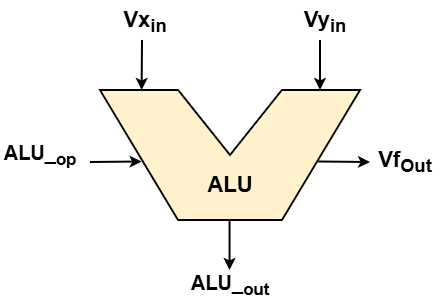
This is docs/chip8_alu.drawio.png from gbeca104/CHIP8_FPGA_ZyboZ7, a draw.io export, as it was before one commit. Source tidied: cells renumbered, new cells last; positions are measured from the earlier drawing's top-left corner, leaving out a move shared by most shapes. Its diagram source:
```xml
<mxGraphModel>
  <root>
    <mxCell id="0" />
    <mxCell id="1" parent="0" />
    <mxCell id="2" style="shape=mxgraph.basic.polygon;polyCoords=[[0,0],[0.3,1],[0.5,1],[0.7,1],[1,0],[0.7,0],[0.5,0.5],[0.3,0]];polyCurves=[[],[],[],[],[],[],[]];polyline=0;whiteSpace=wrap;html=1;points=[[0.16,0,0,0,0],[0.16,0.55,0,0,0],[0.5,1,0,0,0],[0.84,0,0,0,0],[0.84,0.55,0,0,0]];fillColor=#fff2cc;strokeColor=light-dark(#000000,#000000);strokeWidth=2;" parent="1" vertex="1">
      <mxGeometry x="100" y="90" width="260" height="130" as="geometry" />
    </mxCell>
    <mxCell id="3" style="endArrow=classic;html=1;rounded=0;entryX=0.16;entryY=0;entryDx=0;entryDy=0;entryPerimeter=0;strokeWidth=2;" parent="1" edge="1" target="2">
      <mxGeometry relative="1" as="geometry">
        <mxPoint x="142" y="40" as="sourcePoint" />
      </mxGeometry>
    </mxCell>
    <mxCell id="4" style="endArrow=classic;html=1;rounded=0;entryX=0.16;entryY=0;entryDx=0;entryDy=0;entryPerimeter=0;strokeWidth=2;" parent="1" edge="1">
      <mxGeometry relative="1" as="geometry">
        <mxPoint x="320" y="40" as="sourcePoint" />
        <mxPoint x="320" y="90" as="targetPoint" />
      </mxGeometry>
    </mxCell>
    <mxCell id="5" style="endArrow=classic;html=1;rounded=0;entryX=0.16;entryY=0.55;entryDx=0;entryDy=0;entryPerimeter=0;strokeWidth=2;" parent="1" edge="1" target="2">
      <mxGeometry relative="1" as="geometry">
        <mxPoint x="90" y="162" as="sourcePoint" />
      </mxGeometry>
    </mxCell>
    <mxCell id="6" style="endArrow=classic;html=1;rounded=0;strokeWidth=2;exitX=0.84;exitY=0.55;exitDx=0;exitDy=0;exitPerimeter=0;" parent="1" edge="1" source="2">
      <mxGeometry relative="1" as="geometry">
        <mxPoint x="370" y="162" as="targetPoint" />
      </mxGeometry>
    </mxCell>
    <mxCell id="7" style="endArrow=classic;html=1;rounded=0;entryX=0.16;entryY=0;entryDx=0;entryDy=0;entryPerimeter=0;strokeWidth=2;" parent="1" edge="1">
      <mxGeometry relative="1" as="geometry">
        <mxPoint x="229.5" y="220" as="sourcePoint" />
        <mxPoint x="229.5" y="270" as="targetPoint" />
      </mxGeometry>
    </mxCell>
    <mxCell id="8" value="&lt;b&gt;&lt;font style=&quot;font-size: 22px;&quot;&gt;&lt;font style=&quot;&quot;&gt;Vx&lt;/font&gt;&lt;font style=&quot;&quot;&gt;&lt;sub style=&quot;&quot;&gt;in&lt;/sub&gt;&lt;/font&gt;&lt;/font&gt;&lt;/b&gt;" style="text;whiteSpace=wrap;html=1;align=center;" parent="1" vertex="1">
      <mxGeometry x="110" width="70" height="40" as="geometry" />
    </mxCell>
    <mxCell id="9" value="&lt;b&gt;&lt;font style=&quot;font-size: 22px;&quot;&gt;&lt;font style=&quot;&quot;&gt;Vy&lt;/font&gt;&lt;font style=&quot;&quot;&gt;&lt;sub style=&quot;&quot;&gt;in&lt;/sub&gt;&lt;/font&gt;&lt;/font&gt;&lt;/b&gt;" style="text;whiteSpace=wrap;html=1;align=center;" parent="1" vertex="1">
      <mxGeometry x="290" width="70" height="40" as="geometry" />
    </mxCell>
    <mxCell id="10" value="&lt;span style=&quot;font-size: 20px;&quot;&gt;&lt;b&gt;ALU_&lt;sub&gt;op&lt;/sub&gt;&lt;/b&gt;&lt;/span&gt;" style="text;html=1;whiteSpace=wrap;strokeColor=none;fillColor=none;align=center;verticalAlign=middle;rounded=0;" parent="1" vertex="1">
      <mxGeometry y="140" width="80" height="30" as="geometry" />
    </mxCell>
    <mxCell id="11" value="&lt;span style=&quot;font-size: 22px;&quot;&gt;&lt;b&gt;Vf&lt;sub&gt;Out&lt;/sub&gt;&lt;/b&gt;&lt;/span&gt;" style="text;whiteSpace=wrap;html=1;align=center;" parent="1" vertex="1">
      <mxGeometry x="370" y="140" width="70" height="40" as="geometry" />
    </mxCell>
    <mxCell id="12" value="&lt;span style=&quot;font-size: 20px;&quot;&gt;&lt;b&gt;ALU_&lt;sub&gt;out&lt;/sub&gt;&lt;/b&gt;&lt;/span&gt;" style="text;html=1;whiteSpace=wrap;strokeColor=none;fillColor=none;align=center;verticalAlign=middle;rounded=0;" parent="1" vertex="1">
      <mxGeometry x="190" y="270" width="80" height="30" as="geometry" />
    </mxCell>
    <mxCell id="13" value="&lt;b&gt;&lt;font style=&quot;font-size: 22px;&quot;&gt;ALU&lt;/font&gt;&lt;/b&gt;" style="text;html=1;whiteSpace=wrap;strokeColor=none;fillColor=none;align=center;verticalAlign=middle;rounded=0;" parent="1" vertex="1">
      <mxGeometry x="200" y="170" width="60" height="30" as="geometry" />
    </mxCell>
  </root>
</mxGraphModel>
```
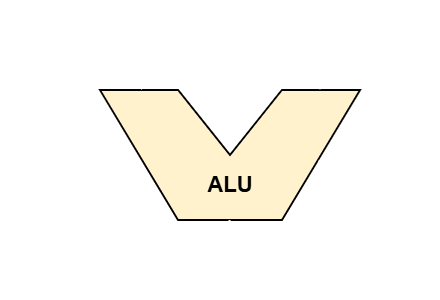
After the change.

Commit message:
README: Update file with explanation of ALU module

What changed in the source:
```diff
@@ -1,53 +1,53 @@
-<mxGraphModel>
+<mxGraphModel background="light-dark(#ffffff, #121212)">
   <root>
     <mxCell id="0" />
     <mxCell id="1" parent="0" />
     <mxCell id="2" style="shape=mxgraph.basic.polygon;polyCoords=[[0,0],[0.3,1],[0.5,1],[0.7,1],[1,0],[0.7,0],[0.5,0.5],[0.3,0]];polyCurves=[[],[],[],[],[],[],[]];polyline=0;whiteSpace=wrap;html=1;points=[[0.16,0,0,0,0],[0.16,0.55,0,0,0],[0.5,1,0,0,0],[0.84,0,0,0,0],[0.84,0.55,0,0,0]];fillColor=#fff2cc;strokeColor=light-dark(#000000,#000000);strokeWidth=2;" parent="1" vertex="1">
       <mxGeometry x="100" y="90" width="260" height="130" as="geometry" />
     </mxCell>
-    <mxCell id="3" style="endArrow=classic;html=1;rounded=0;entryX=0.16;entryY=0;entryDx=0;entryDy=0;entryPerimeter=0;strokeWidth=2;" parent="1" edge="1" target="2">
+    <mxCell id="3" style="endArrow=classic;html=1;rounded=0;entryX=0.16;entryY=0;entryDx=0;entryDy=0;entryPerimeter=0;strokeWidth=2;strokeColor=#FFFFFF;" parent="1" edge="1" target="2">
       <mxGeometry relative="1" as="geometry">
         <mxPoint x="142" y="40" as="sourcePoint" />
       </mxGeometry>
     </mxCell>
-    <mxCell id="4" style="endArrow=classic;html=1;rounded=0;entryX=0.16;entryY=0;entryDx=0;entryDy=0;entryPerimeter=0;strokeWidth=2;" parent="1" edge="1">
+    <mxCell id="4" style="endArrow=classic;html=1;rounded=0;entryX=0.16;entryY=0;entryDx=0;entryDy=0;entryPerimeter=0;strokeWidth=2;strokeColor=#FFFFFF;" parent="1" edge="1">
       <mxGeometry relative="1" as="geometry">
         <mxPoint x="320" y="40" as="sourcePoint" />
         <mxPoint x="320" y="90" as="targetPoint" />
       </mxGeometry>
     </mxCell>
-    <mxCell id="5" style="endArrow=classic;html=1;rounded=0;entryX=0.16;entryY=0.55;entryDx=0;entryDy=0;entryPerimeter=0;strokeWidth=2;" parent="1" edge="1" target="2">
+    <mxCell id="5" style="endArrow=classic;html=1;rounded=0;entryX=0.16;entryY=0.55;entryDx=0;entryDy=0;entryPerimeter=0;strokeWidth=2;strokeColor=#FFFFFF;" parent="1" edge="1" target="2">
       <mxGeometry relative="1" as="geometry">
         <mxPoint x="90" y="162" as="sourcePoint" />
       </mxGeometry>
     </mxCell>
-    <mxCell id="6" style="endArrow=classic;html=1;rounded=0;strokeWidth=2;exitX=0.84;exitY=0.55;exitDx=0;exitDy=0;exitPerimeter=0;" parent="1" edge="1" source="2">
+    <mxCell id="6" style="endArrow=classic;html=1;rounded=0;strokeWidth=2;exitX=0.84;exitY=0.55;exitDx=0;exitDy=0;exitPerimeter=0;strokeColor=#FFFFFF;" parent="1" edge="1" source="2">
       <mxGeometry relative="1" as="geometry">
         <mxPoint x="370" y="162" as="targetPoint" />
       </mxGeometry>
     </mxCell>
-    <mxCell id="7" style="endArrow=classic;html=1;rounded=0;entryX=0.16;entryY=0;entryDx=0;entryDy=0;entryPerimeter=0;strokeWidth=2;" parent="1" edge="1">
+    <mxCell id="7" style="endArrow=classic;html=1;rounded=0;entryX=0.16;entryY=0;entryDx=0;entryDy=0;entryPerimeter=0;strokeWidth=2;strokeColor=#FFFFFF;" parent="1" edge="1">
       <mxGeometry relative="1" as="geometry">
         <mxPoint x="229.5" y="220" as="sourcePoint" />
         <mxPoint x="229.5" y="270" as="targetPoint" />
       </mxGeometry>
     </mxCell>
-    <mxCell id="8" value="&lt;b&gt;&lt;font style=&quot;font-size: 22px;&quot;&gt;&lt;font style=&quot;&quot;&gt;Vx&lt;/font&gt;&lt;font style=&quot;&quot;&gt;&lt;sub style=&quot;&quot;&gt;in&lt;/sub&gt;&lt;/font&gt;&lt;/font&gt;&lt;/b&gt;" style="text;whiteSpace=wrap;html=1;align=center;" parent="1" vertex="1">
+    <mxCell id="8" value="&lt;b&gt;&lt;font style=&quot;font-size: 22px;&quot;&gt;&lt;font style=&quot;&quot;&gt;Vx&lt;/font&gt;&lt;font style=&quot;&quot;&gt;&lt;sub style=&quot;&quot;&gt;in&lt;/sub&gt;&lt;/font&gt;&lt;/font&gt;&lt;/b&gt;" style="text;whiteSpace=wrap;html=1;align=center;strokeColor=none;fontColor=#FFFFFF;" parent="1" vertex="1">
       <mxGeometry x="110" width="70" height="40" as="geometry" />
     </mxCell>
-    <mxCell id="9" value="&lt;b&gt;&lt;font style=&quot;font-size: 22px;&quot;&gt;&lt;font style=&quot;&quot;&gt;Vy&lt;/font&gt;&lt;font style=&quot;&quot;&gt;&lt;sub style=&quot;&quot;&gt;in&lt;/sub&gt;&lt;/font&gt;&lt;/font&gt;&lt;/b&gt;" style="text;whiteSpace=wrap;html=1;align=center;" parent="1" vertex="1">
+    <mxCell id="9" value="&lt;b&gt;&lt;font style=&quot;font-size: 22px;&quot;&gt;&lt;font style=&quot;&quot;&gt;Vy&lt;/font&gt;&lt;font style=&quot;&quot;&gt;&lt;sub style=&quot;&quot;&gt;in&lt;/sub&gt;&lt;/font&gt;&lt;/font&gt;&lt;/b&gt;" style="text;whiteSpace=wrap;html=1;align=center;strokeColor=none;fontColor=#FFFFFF;" parent="1" vertex="1">
       <mxGeometry x="290" width="70" height="40" as="geometry" />
     </mxCell>
-    <mxCell id="10" value="&lt;span style=&quot;font-size: 20px;&quot;&gt;&lt;b&gt;ALU_&lt;sub&gt;op&lt;/sub&gt;&lt;/b&gt;&lt;/span&gt;" style="text;html=1;whiteSpace=wrap;strokeColor=none;fillColor=none;align=center;verticalAlign=middle;rounded=0;" parent="1" vertex="1">
+    <mxCell id="10" value="&lt;span style=&quot;font-size: 20px;&quot;&gt;&lt;b&gt;ALU_&lt;sub&gt;op&lt;/sub&gt;&lt;/b&gt;&lt;/span&gt;" style="text;html=1;whiteSpace=wrap;strokeColor=none;fillColor=none;align=center;verticalAlign=middle;rounded=0;fontColor=#FFFFFF;" parent="1" vertex="1">
       <mxGeometry y="140" width="80" height="30" as="geometry" />
     </mxCell>
-    <mxCell id="11" value="&lt;span style=&quot;font-size: 22px;&quot;&gt;&lt;b&gt;Vf&lt;sub&gt;Out&lt;/sub&gt;&lt;/b&gt;&lt;/span&gt;" style="text;whiteSpace=wrap;html=1;align=center;" parent="1" vertex="1">
+    <mxCell id="11" value="&lt;span style=&quot;font-size: 22px;&quot;&gt;&lt;b&gt;Vf&lt;sub&gt;Out&lt;/sub&gt;&lt;/b&gt;&lt;/span&gt;" style="text;whiteSpace=wrap;html=1;align=center;strokeColor=none;fontColor=#FFFFFF;" parent="1" vertex="1">
       <mxGeometry x="370" y="140" width="70" height="40" as="geometry" />
     </mxCell>
-    <mxCell id="12" value="&lt;span style=&quot;font-size: 20px;&quot;&gt;&lt;b&gt;ALU_&lt;sub&gt;out&lt;/sub&gt;&lt;/b&gt;&lt;/span&gt;" style="text;html=1;whiteSpace=wrap;strokeColor=none;fillColor=none;align=center;verticalAlign=middle;rounded=0;" parent="1" vertex="1">
+    <mxCell id="12" value="&lt;span style=&quot;font-size: 20px;&quot;&gt;&lt;b&gt;ALU_&lt;sub&gt;out&lt;/sub&gt;&lt;/b&gt;&lt;/span&gt;" style="text;html=1;whiteSpace=wrap;strokeColor=none;fillColor=none;align=center;verticalAlign=middle;rounded=0;fontColor=#FFFFFF;" parent="1" vertex="1">
       <mxGeometry x="190" y="270" width="80" height="30" as="geometry" />
     </mxCell>
-    <mxCell id="13" value="&lt;b&gt;&lt;font style=&quot;font-size: 22px;&quot;&gt;ALU&lt;/font&gt;&lt;/b&gt;" style="text;html=1;whiteSpace=wrap;strokeColor=none;fillColor=none;align=center;verticalAlign=middle;rounded=0;" parent="1" vertex="1">
+    <mxCell id="13" value="&lt;b&gt;&lt;font style=&quot;font-size: 22px;&quot;&gt;ALU&lt;/font&gt;&lt;/b&gt;" style="text;html=1;whiteSpace=wrap;strokeColor=none;fillColor=none;align=center;verticalAlign=middle;rounded=0;fontColor=#000000;" parent="1" vertex="1">
       <mxGeometry x="200" y="170" width="60" height="30" as="geometry" />
     </mxCell>
   </root>
```
